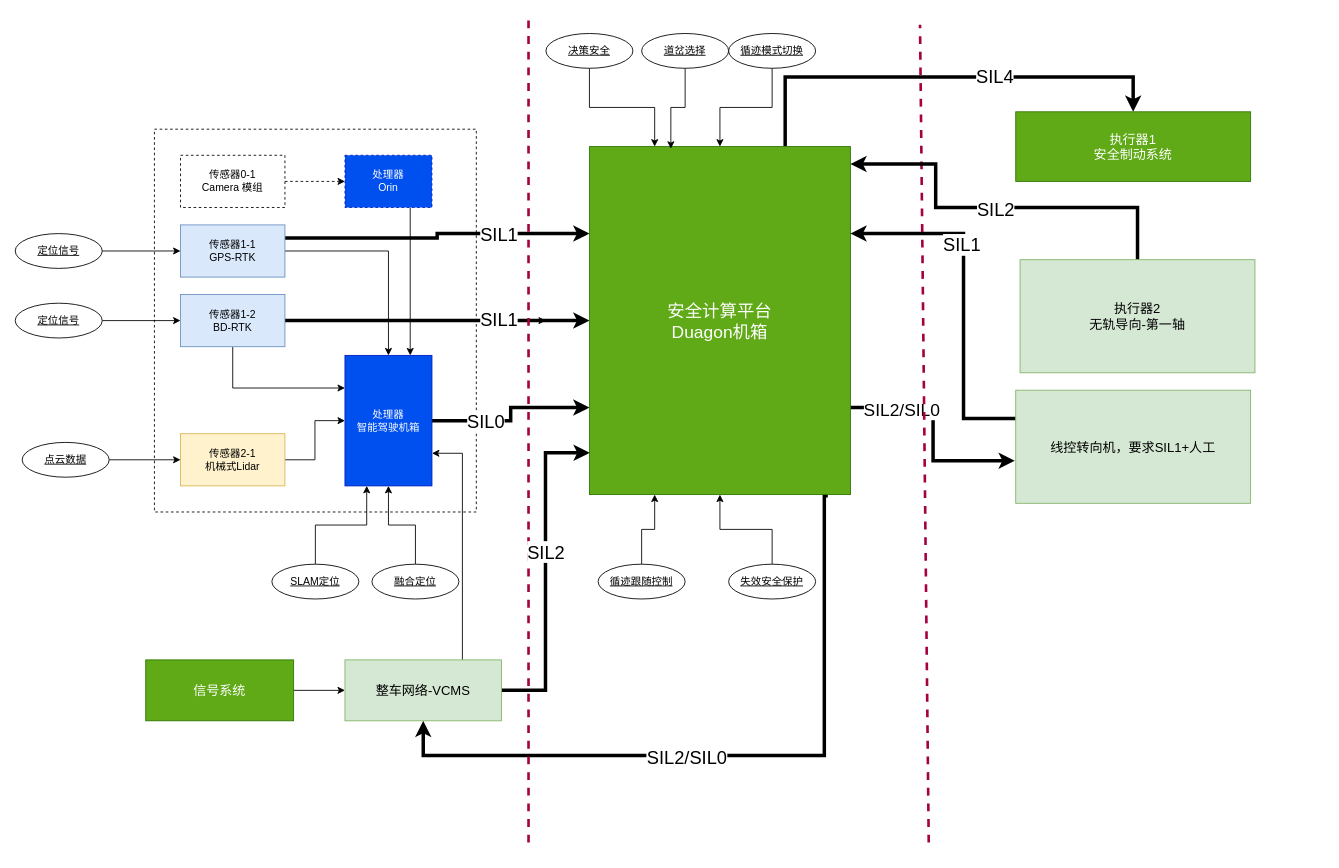
Earlier version of the draw.io diagram page "实体关系" (1 of 2) of 马来循迹控制_SIL2方案.drawio (FrankWong-cs/SharingwithColleagues). Source tidied: cells renumbered, new cells numbered last; positions are measured from the earlier drawing's top-left corner, leaving out a move shared by most shapes. Both pictures are drawn from the tidied source at 87%, with x=0, y=0 at pixel (15, 16).
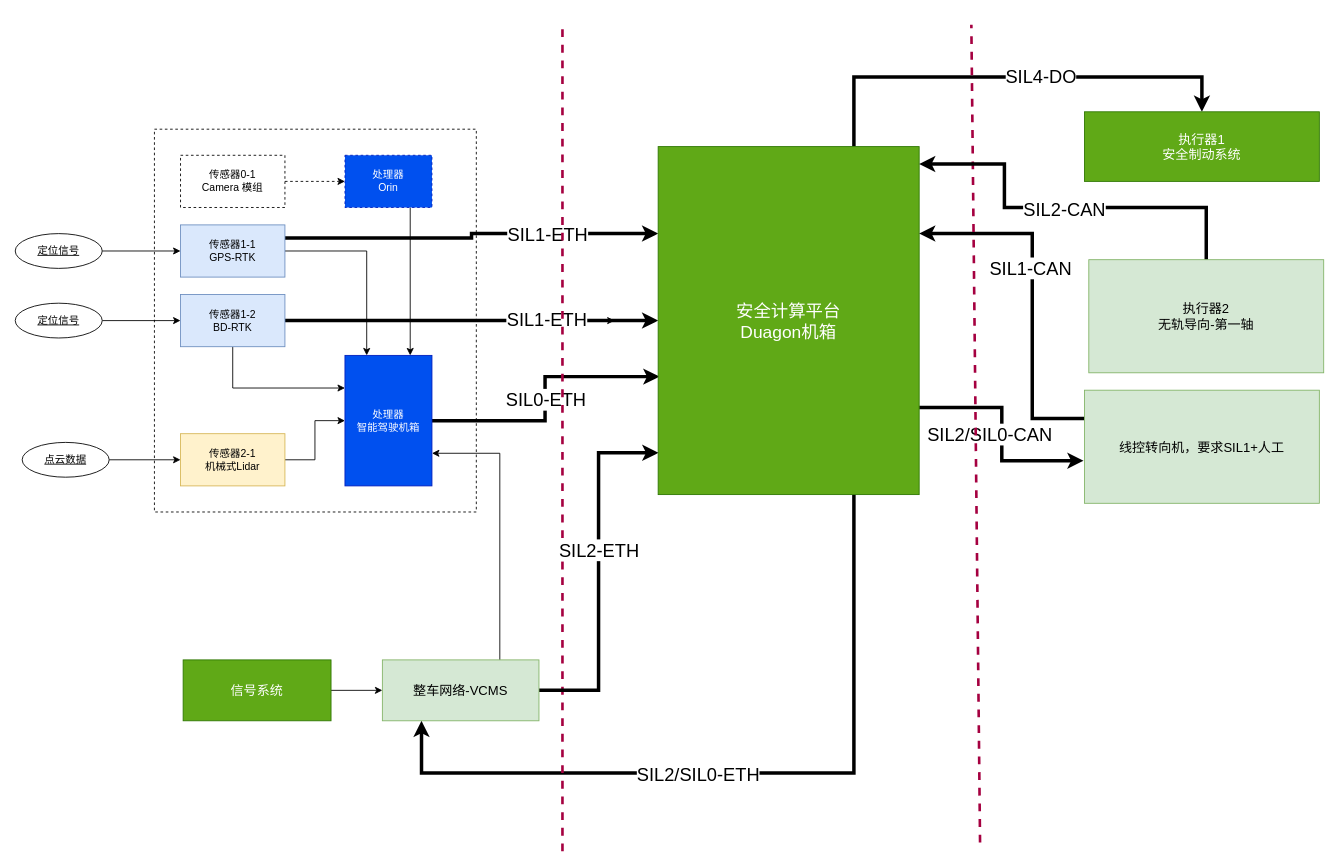
After the change.

Unchanged cells that the change refers to:
```xml
<mxCell id="3" style="rounded=0;whiteSpace=wrap;html=1;fillStyle=dashed;dashed=1;" parent="1" vertex="1">
  <mxGeometry x="160" y="130" width="370" height="440" as="geometry" />
</mxCell>
<mxCell id="5" style="edgeStyle=orthogonalEdgeStyle;rounded=0;jettySize=auto;html=1;exitX=1;exitY=0.25;exitDx=0;exitDy=0;entryX=0;entryY=0.25;entryDx=0;entryDy=0;strokeWidth=4;" parent="1" edge="1" source="7" target="33">
  <mxGeometry relative="1" as="geometry" />
</mxCell>
<mxCell id="7" value="传感器1-1&lt;br&gt;GPS-RTK" style="rounded=0;whiteSpace=wrap;html=1;fillColor=#dae8fc;strokeColor=#6c8ebf;" parent="1" vertex="1">
  <mxGeometry x="190" y="240" width="120" height="60" as="geometry" />
</mxCell>
<mxCell id="8" style="edgeStyle=orthogonalEdgeStyle;rounded=0;jettySize=auto;html=1;exitX=1;exitY=0.5;exitDx=0;exitDy=0;entryX=0;entryY=0.5;entryDx=0;entryDy=0;strokeWidth=4;" parent="1" edge="1" source="11" target="33">
  <mxGeometry relative="1" as="geometry" />
</mxCell>
<mxCell id="26" value="处理器&lt;br&gt;智能驾驶机箱" style="whiteSpace=wrap;html=1;align=center;fillColor=#0050ef;fontColor=#ffffff;strokeColor=#001DBC;" parent="1" vertex="1">
  <mxGeometry x="379" y="390" width="100" height="150" as="geometry" />
</mxCell>
<mxCell id="27" style="edgeStyle=orthogonalEdgeStyle;rounded=0;jettySize=auto;html=1;exitX=1;exitY=0.75;exitDx=0;exitDy=0;entryX=-0.004;entryY=0.624;entryDx=0;entryDy=0;entryPerimeter=0;strokeWidth=4;" parent="1" edge="1" source="33" target="46">
  <mxGeometry relative="1" as="geometry" />
</mxCell>
<mxCell id="52" style="edgeStyle=orthogonalEdgeStyle;rounded=0;jettySize=auto;html=1;exitX=1;exitY=0.5;exitDx=0;exitDy=0;entryX=0.001;entryY=0.88;entryDx=0;entryDy=0;entryPerimeter=0;strokeWidth=4;" parent="1" edge="1" source="55" target="33">
  <mxGeometry relative="1" as="geometry" />
</mxCell>
```

Diff of the diagram source:
```diff
@@
     <mxCell id="2" style="edgeStyle=orthogonalEdgeStyle;rounded=0;jettySize=auto;html=1;" parent="1" edge="1" source="3">
       <mxGeometry relative="1" as="geometry">
-        <mxPoint x="610" y="350" as="targetPoint" />
+        <mxPoint x="689" y="350" as="targetPoint" />
       </mxGeometry>
     </mxCell>
@@
-    <mxCell id="4" style="edgeStyle=orthogonalEdgeStyle;rounded=0;jettySize=auto;html=1;exitX=1;exitY=0.5;exitDx=0;exitDy=0;" parent="1" edge="1" source="7" target="26">
+    <mxCell id="4" style="edgeStyle=orthogonalEdgeStyle;rounded=0;jettySize=auto;html=1;exitX=1;exitY=0.5;exitDx=0;exitDy=0;entryX=0.25;entryY=0;entryDx=0;entryDy=0;" parent="1" edge="1" source="7" target="26">
       <mxGeometry relative="1" as="geometry">
         <Array as="points">
-          <mxPoint x="429" y="270" />
+          <mxPoint x="404" y="270" />
         </Array>
       </mxGeometry>
     </mxCell>
@@
-    <mxCell id="6" value="SIL1" style="edgeLabel;html=1;align=center;verticalAlign=middle;fontSize=21;" parent="5" vertex="1">
+    <mxCell id="6" value="SIL1-ETH" style="edgeLabel;html=1;align=center;verticalAlign=middle;fontSize=21;" parent="5" vertex="1">
       <mxGeometry x="0.41" relative="1" as="geometry" />
     </mxCell>
@@
-    <mxCell id="9" value="SIL1" style="edgeLabel;html=1;align=center;verticalAlign=middle;fontSize=21;" parent="8" vertex="1">
+    <mxCell id="9" value="SIL1-ETH" style="edgeLabel;html=1;align=center;verticalAlign=middle;fontSize=21;" parent="8" vertex="1">
       <mxGeometry x="0.4" y="2" relative="1" as="geometry" />
     </mxCell>
@@
-    <mxCell id="24" style="edgeStyle=orthogonalEdgeStyle;rounded=0;jettySize=auto;html=1;exitX=1;exitY=0.5;exitDx=0;exitDy=0;entryX=0;entryY=0.75;entryDx=0;entryDy=0;strokeWidth=4;" parent="1" edge="1" source="26" target="33">
+    <mxCell id="24" style="edgeStyle=orthogonalEdgeStyle;rounded=0;jettySize=auto;html=1;exitX=1;exitY=0.5;exitDx=0;exitDy=0;entryX=0.005;entryY=0.661;entryDx=0;entryDy=0;strokeWidth=4;entryPerimeter=0;" parent="1" edge="1" source="26" target="33">
       <mxGeometry relative="1" as="geometry" />
     </mxCell>
-    <mxCell id="25" value="SIL0" style="edgeLabel;html=1;align=center;verticalAlign=middle;fontSize=21;" parent="24" vertex="1">
+    <mxCell id="25" value="SIL0-ETH" style="edgeLabel;html=1;align=center;verticalAlign=middle;fontSize=21;" parent="24" vertex="1">
       <mxGeometry x="0.44" y="-2" relative="1" as="geometry">
-        <mxPoint x="-65" y="13" as="offset" />
+        <mxPoint x="-44" y="24" as="offset" />
       </mxGeometry>
     </mxCell>
@@
-    <mxCell id="28" value="SIL2/SIL0" style="edgeLabel;html=1;align=center;verticalAlign=middle;fontSize=20;" parent="27" vertex="1">
-      <mxGeometry x="-0.54" y="-1" relative="1" as="geometry" />
+    <mxCell id="28" value="SIL2/SIL0-CAN" style="edgeLabel;html=1;align=center;verticalAlign=middle;fontSize=21;" parent="27" vertex="1">
+      <mxGeometry x="-0.54" y="-1" relative="1" as="geometry">
+        <mxPoint x="22" y="29" as="offset" />
+      </mxGeometry>
     </mxCell>
     <mxCell id="29" style="edgeStyle=orthogonalEdgeStyle;rounded=0;jettySize=auto;html=1;exitX=0.75;exitY=0;exitDx=0;exitDy=0;entryX=0.5;entryY=0;entryDx=0;entryDy=0;strokeWidth=4;" parent="1" edge="1" source="33" target="49">
       <mxGeometry relative="1" as="geometry">
         <Array as="points">
-          <mxPoint x="885" y="70" />
-          <mxPoint x="1285" y="70" />
+          <mxPoint x="964" y="70" />
+          <mxPoint x="1364" y="70" />
         </Array>
       </mxGeometry>
     </mxCell>
-    <mxCell id="30" value="SIL4" style="edgeLabel;html=1;align=center;verticalAlign=middle;fontSize=21;" parent="29" vertex="1">
-      <mxGeometry x="0.23" y="2" relative="1" as="geometry" />
+    <mxCell id="30" value="SIL4-DO" style="edgeLabel;html=1;align=center;verticalAlign=middle;fontSize=21;" parent="29" vertex="1">
+      <mxGeometry x="0.23" y="2" relative="1" as="geometry">
+        <mxPoint x="-26" as="offset" />
+      </mxGeometry>
     </mxCell>
-    <mxCell id="31" style="edgeStyle=orthogonalEdgeStyle;rounded=0;jettySize=auto;html=1;exitX=0.901;exitY=1.003;exitDx=0;exitDy=0;entryX=0.5;entryY=1;entryDx=0;entryDy=0;strokeWidth=4;exitPerimeter=0;" parent="1" edge="1" source="33" target="55">
+    <mxCell id="31" style="edgeStyle=orthogonalEdgeStyle;rounded=0;jettySize=auto;html=1;exitX=0.75;exitY=1;exitDx=0;exitDy=0;entryX=0.25;entryY=1;entryDx=0;entryDy=0;strokeWidth=4;" parent="1" edge="1" source="33" target="55">
       <mxGeometry relative="1" as="geometry">
         <Array as="points">
-          <mxPoint x="932" y="551" />
-          <mxPoint x="932" y="550" />
-          <mxPoint x="930" y="550" />
-          <mxPoint x="930" y="850" />
-          <mxPoint x="469" y="850" />
+          <mxPoint x="964" y="870" />
+          <mxPoint x="467" y="870" />
         </Array>
       </mxGeometry>
     </mxCell>
-    <mxCell id="32" value="SIL2/SIL0" style="edgeLabel;html=1;align=center;verticalAlign=middle;fontSize=21;" parent="31" vertex="1">
-      <mxGeometry x="0.15" y="1" relative="1" as="geometry" />
-    </mxCell>
+    <mxCell id="63" value="&lt;font style=&quot;font-size: 21px;&quot;&gt;SIL2/SIL0-ETH&lt;/font&gt;" style="edgeLabel;html=1;align=center;verticalAlign=middle;endArrow=classic;rounded=0;strokeColor=default;strokeWidth=4;" parent="31" vertex="1">
+      <mxGeometry x="0.14" y="1" relative="1" as="geometry" />
+    </mxCell>
     <mxCell id="33" value="安全计算平台&lt;br style=&quot;font-size: 20px;&quot;&gt;Duagon机箱" style="whiteSpace=wrap;html=1;align=center;fillColor=#60a917;fontColor=#ffffff;strokeColor=#2D7600;verticalAlign=middle;fontSize=20;" parent="1" vertex="1">
-      <mxGeometry x="660" y="150" width="300" height="400" as="geometry" />
+      <mxGeometry x="739" y="150" width="300" height="400" as="geometry" />
     </mxCell>
-    <mxCell id="34" style="edgeStyle=orthogonalEdgeStyle;rounded=0;jettySize=auto;html=1;exitX=0.5;exitY=0;exitDx=0;exitDy=0;entryX=0.25;entryY=1;entryDx=0;entryDy=0;" parent="1" edge="1" source="35" target="26">
-      <mxGeometry relative="1" as="geometry" />
-    </mxCell>
-    <mxCell id="35" value="SLAM定位" style="ellipse;whiteSpace=wrap;html=1;align=center;fontStyle=4;" parent="1" vertex="1">
-      <mxGeometry x="295" y="630" width="100" height="40" as="geometry" />
-    </mxCell>
-    <mxCell id="36" style="edgeStyle=orthogonalEdgeStyle;rounded=0;jettySize=auto;html=1;exitX=0.5;exitY=0;exitDx=0;exitDy=0;entryX=0.5;entryY=1;entryDx=0;entryDy=0;" parent="1" edge="1" source="37" target="26">
-      <mxGeometry relative="1" as="geometry" />
-    </mxCell>
-    <mxCell id="37" value="融合定位" style="ellipse;whiteSpace=wrap;html=1;align=center;fontStyle=4;" parent="1" vertex="1">
-      <mxGeometry x="410" y="630" width="100" height="40" as="geometry" />
-    </mxCell>
-    <mxCell id="38" style="edgeStyle=orthogonalEdgeStyle;rounded=0;jettySize=auto;html=1;exitX=0.5;exitY=0;exitDx=0;exitDy=0;entryX=0.25;entryY=1;entryDx=0;entryDy=0;" parent="1" edge="1" source="39" target="33">
-      <mxGeometry relative="1" as="geometry" />
-    </mxCell>
-    <mxCell id="39" value="循迹跟随控制" style="ellipse;whiteSpace=wrap;html=1;align=center;fontStyle=4;" parent="1" vertex="1">
-      <mxGeometry x="670" y="630" width="100" height="40" as="geometry" />
-    </mxCell>
-    <mxCell id="40" style="edgeStyle=orthogonalEdgeStyle;rounded=0;jettySize=auto;html=1;exitX=0.5;exitY=0;exitDx=0;exitDy=0;" parent="1" edge="1" source="41" target="33">
-      <mxGeometry relative="1" as="geometry" />
-    </mxCell>
-    <mxCell id="41" value="失效安全保护" style="ellipse;whiteSpace=wrap;html=1;align=center;fontStyle=4;" parent="1" vertex="1">
-      <mxGeometry x="820" y="630" width="100" height="40" as="geometry" />
-    </mxCell>
-    <mxCell id="42" style="edgeStyle=orthogonalEdgeStyle;rounded=0;jettySize=auto;html=1;exitX=0.5;exitY=1;exitDx=0;exitDy=0;entryX=0.25;entryY=0;entryDx=0;entryDy=0;" parent="1" edge="1" source="43" target="33">
-      <mxGeometry relative="1" as="geometry" />
-    </mxCell>
-    <mxCell id="43" value="决策安全" style="ellipse;whiteSpace=wrap;html=1;align=center;fontStyle=4;" parent="1" vertex="1">
-      <mxGeometry x="610" y="20" width="100" height="40" as="geometry" />
-    </mxCell>
     <mxCell id="44" style="edgeStyle=orthogonalEdgeStyle;rounded=0;jettySize=auto;html=1;exitX=0;exitY=0.25;exitDx=0;exitDy=0;entryX=1;entryY=0.25;entryDx=0;entryDy=0;strokeWidth=4;" parent="1" edge="1" source="46" target="33">
       <mxGeometry relative="1" as="geometry">
         <Array as="points">
-          <mxPoint x="1090" y="463" />
-          <mxPoint x="1090" y="250" />
+          <mxPoint x="1169" y="463" />
+          <mxPoint x="1169" y="250" />
         </Array>
       </mxGeometry>
     </mxCell>
-    <mxCell id="45" value="SIL1" style="edgeLabel;html=1;align=center;verticalAlign=middle;fontSize=21;" parent="44" vertex="1">
-      <mxGeometry x="0.29" y="3" relative="1" as="geometry" />
+    <mxCell id="45" value="SIL1-CAN" style="edgeLabel;html=1;align=center;verticalAlign=middle;fontSize=21;" parent="44" vertex="1">
+      <mxGeometry x="0.29" y="3" relative="1" as="geometry">
+        <mxPoint y="27" as="offset" />
+      </mxGeometry>
     </mxCell>
     <mxCell id="46" value="线控转向机，要求SIL1+人工" style="whiteSpace=wrap;html=1;align=center;fontSize=15;fillColor=#d5e8d4;strokeColor=#82b366;" parent="1" vertex="1">
-      <mxGeometry x="1150" y="430" width="270" height="130" as="geometry" />
+      <mxGeometry x="1229" y="430" width="270" height="130" as="geometry" />
     </mxCell>
     <mxCell id="47" style="endArrow=none;dashed=1;html=1;rounded=0;fillColor=#d80073;strokeColor=#A50040;strokeWidth=3;" parent="1" edge="1">
       <mxGeometry relative="1" as="geometry">
-        <mxPoint x="590" y="950" as="sourcePoint" />
-        <mxPoint x="590" as="targetPoint" />
+        <mxPoint x="629" y="960" as="sourcePoint" />
+        <mxPoint x="629" y="10" as="targetPoint" />
       </mxGeometry>
     </mxCell>
     <mxCell id="48" style="endArrow=none;dashed=1;html=1;rounded=0;fillColor=#d80073;strokeColor=#A50040;strokeWidth=3;" parent="1" edge="1">
       <mxGeometry relative="1" as="geometry">
-        <mxPoint x="1050" y="950" as="sourcePoint" />
-        <mxPoint x="1040" y="10" as="targetPoint" />
+        <mxPoint x="1109" y="950" as="sourcePoint" />
+        <mxPoint x="1099" y="10" as="targetPoint" />
       </mxGeometry>
     </mxCell>
     <mxCell id="49" value="执行器1&lt;br style=&quot;font-size: 15px;&quot;&gt;安全制动系统" style="whiteSpace=wrap;html=1;align=center;fontSize=15;fillColor=#60a917;fontColor=#ffffff;strokeColor=#2D7600;" parent="1" vertex="1">
-      <mxGeometry x="1150" y="110" width="270" height="80" as="geometry" />
+      <mxGeometry x="1229" y="110" width="270" height="80" as="geometry" />
     </mxCell>
-    <mxCell id="50" style="edgeStyle=orthogonalEdgeStyle;rounded=0;jettySize=auto;html=1;exitX=0.5;exitY=1;exitDx=0;exitDy=0;" parent="1" edge="1" source="51" target="33">
-      <mxGeometry relative="1" as="geometry" />
-    </mxCell>
-    <mxCell id="51" value="循迹模式切换" style="ellipse;whiteSpace=wrap;html=1;align=center;fontStyle=4;" parent="1" vertex="1">
-      <mxGeometry x="820" y="20" width="100" height="40" as="geometry" />
-    </mxCell>
@@
-    <mxCell id="53" value="SIL2" style="edgeLabel;html=1;align=center;verticalAlign=middle;fontSize=21;" parent="52" vertex="1">
+    <mxCell id="53" value="SIL2-ETH" style="edgeLabel;html=1;align=center;verticalAlign=middle;fontSize=21;" parent="52" vertex="1">
       <mxGeometry x="0.12" relative="1" as="geometry" />
     </mxCell>
@@
     <mxCell id="55" value="整车网络-VCMS" style="whiteSpace=wrap;html=1;align=center;fontSize=15;fillColor=#d5e8d4;strokeColor=#82b366;" parent="1" vertex="1">
-      <mxGeometry x="379" y="740" width="180" height="70" as="geometry" />
+      <mxGeometry x="422" y="740" width="180" height="70" as="geometry" />
     </mxCell>
@@
     <mxCell id="57" value="信号系统" style="whiteSpace=wrap;html=1;align=center;fontSize=15;fillColor=#60a917;fontColor=#ffffff;strokeColor=#2D7600;" parent="1" vertex="1">
-      <mxGeometry x="150" y="740" width="170" height="70" as="geometry" />
+      <mxGeometry x="193" y="740" width="170" height="70" as="geometry" />
     </mxCell>
-    <mxCell id="58" style="edgeStyle=orthogonalEdgeStyle;rounded=0;jettySize=auto;html=1;exitX=0.5;exitY=1;exitDx=0;exitDy=0;entryX=0.312;entryY=0.006;entryDx=0;entryDy=0;entryPerimeter=0;" parent="1" edge="1" source="59" target="33">
-      <mxGeometry relative="1" as="geometry" />
-    </mxCell>
-    <mxCell id="59" value="道岔选择" style="ellipse;whiteSpace=wrap;html=1;align=center;fontStyle=4;" parent="1" vertex="1">
-      <mxGeometry x="720" y="20" width="100" height="40" as="geometry" />
-    </mxCell>
     <mxCell id="60" style="edgeStyle=orthogonalEdgeStyle;rounded=0;jettySize=auto;html=1;exitX=0.5;exitY=0;exitDx=0;exitDy=0;entryX=1;entryY=0.05;entryDx=0;entryDy=0;entryPerimeter=0;strokeWidth=4;" parent="1" edge="1" source="62" target="33">
       <mxGeometry relative="1" as="geometry">
         <Array as="points">
-          <mxPoint x="1290" y="220" />
-          <mxPoint x="1058" y="220" />
-          <mxPoint x="1058" y="170" />
+          <mxPoint x="1369" y="220" />
+          <mxPoint x="1137" y="220" />
+          <mxPoint x="1137" y="170" />
         </Array>
       </mxGeometry>
     </mxCell>
-    <mxCell id="61" value="SIL2" style="edgeLabel;html=1;align=center;verticalAlign=middle;fontSize=21;" parent="60" vertex="1">
+    <mxCell id="61" value="SIL2-CAN" style="edgeLabel;html=1;align=center;verticalAlign=middle;fontSize=21;" parent="60" vertex="1">
       <mxGeometry x="0.02" y="1" relative="1" as="geometry" />
     </mxCell>
     <mxCell id="62" value="执行器2&lt;br style=&quot;font-size: 15px;&quot;&gt;无轨导向-第一轴" style="whiteSpace=wrap;html=1;align=center;fontSize=15;fillColor=#d5e8d4;strokeColor=#82b366;" parent="1" vertex="1">
-      <mxGeometry x="1155" y="280" width="270" height="130" as="geometry" />
+      <mxGeometry x="1234" y="280" width="270" height="130" as="geometry" />
     </mxCell>
```
